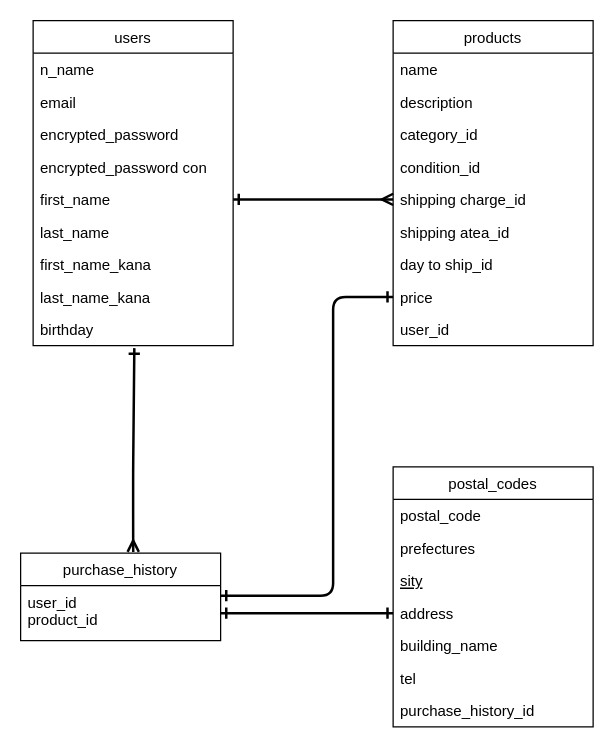
Above: furima.dio in ginia3150/furima-35719 (draw.io), before the change. Source tidied: cells renumbered, new cells numbered last; positions are measured from the earlier drawing's top-left corner, leaving out a move shared by most shapes. Both pictures are drawn from the tidied source at 125%, with x=0, y=0 at pixel (20, 20).
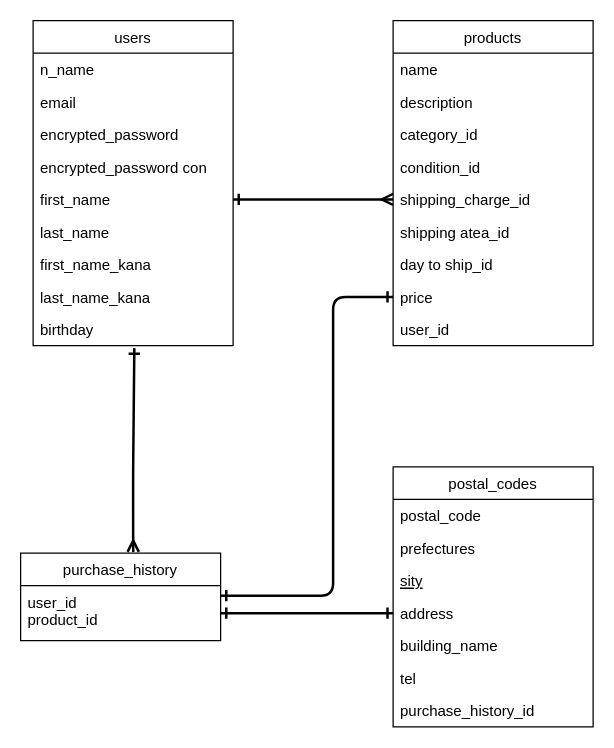
The same page after the edit.

The change refers to these unchanged cells:
```xml
<mxCell id="23" value="products" style="swimlane;fontStyle=0;align=center;verticalAlign=top;horizontal=1;startSize=26;rounded=0;shadow=0;strokeWidth=1;" parent="1" vertex="1">
  <mxGeometry x="298" width="160" height="260" as="geometry" />
</mxCell>
```

Diff of the diagram source:
```diff
@@
-    <mxCell id="28" value="shipping charge_id" style="text;align=left;verticalAlign=top;spacingLeft=4;spacingRight=4;overflow=hidden;points=[[0,0.5],[1,0.5]];portConstraint=eastwest;rounded=0;shadow=0;html=0;" parent="23" vertex="1">
+    <mxCell id="28" value="shipping_charge_id" style="text;align=left;verticalAlign=top;spacingLeft=4;spacingRight=4;overflow=hidden;points=[[0,0.5],[1,0.5]];portConstraint=eastwest;rounded=0;shadow=0;html=0;" parent="23" vertex="1">
       <mxGeometry y="130" width="160" height="26" as="geometry" />
     </mxCell>
```
